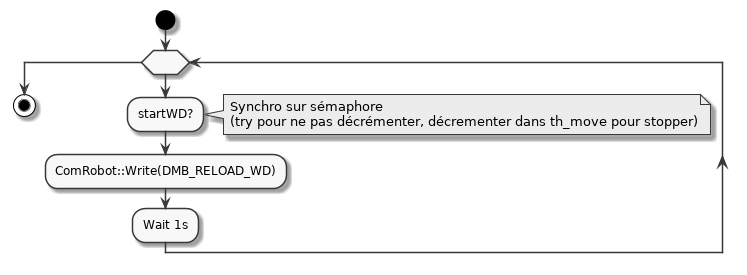
Above: diags/img/th_watchdog.png in Bobillot/BE_Temps_Reel (PlantUML), before the change. Source of this version:
```plantuml
@startuml th_watchdog

skinparam monochrome true

start

while( )

:startWD?;
note right
    Synchro sur sémaphore
    (try pour ne pas décrémenter, décrementer dans th_move pour stopper)
end note

:ComRobot::Write(DMB_RELOAD_WD);

:Wait 1s;

endwhile


stop

@enduml
```
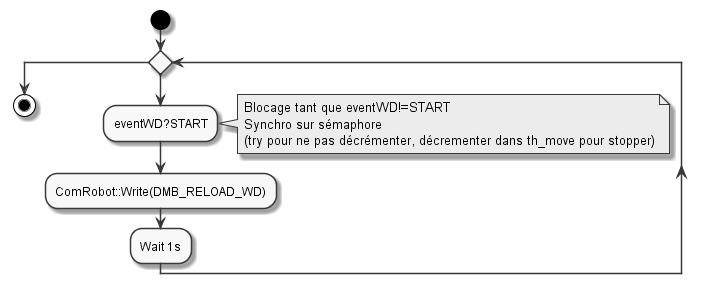
Later version of the same file.

What changed in the source:
```diff
@@ -6,8 +6,9 @@
 
 while( )
 
-:startWD?;
+:eventWD?START;
 note right
+    Blocage tant que eventWD!=START
     Synchro sur sémaphore
     (try pour ne pas décrémenter, décrementer dans th_move pour stopper)
 end note
```
